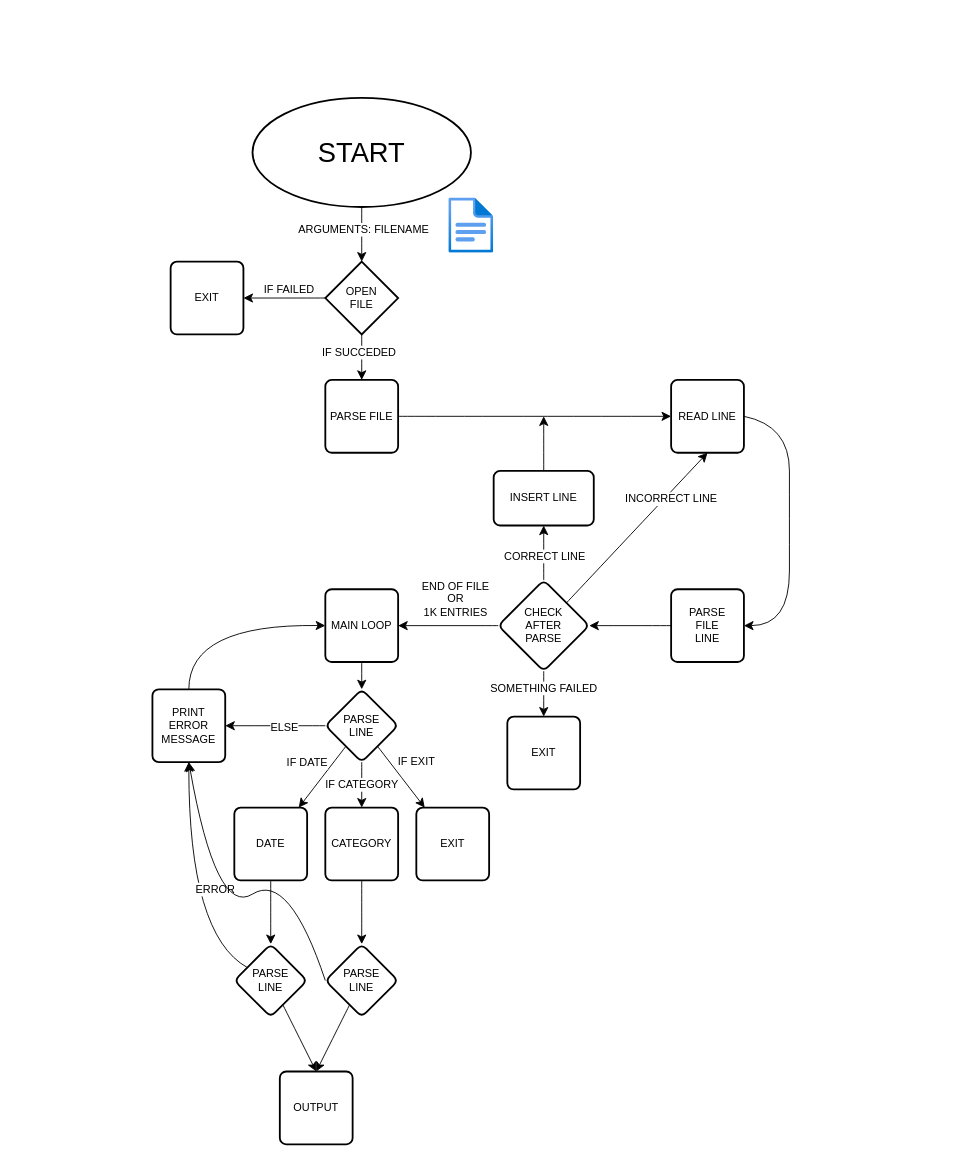
X2Borgo/42xunifi-structured-development-2025-alborghi keeps this draw.io diagram as sd04/ex02/sd04ex02.drawio. Above is the earlier version. Source tidied: cells renumbered, new cells numbered last; positions are measured from the earlier drawing's top-left corner, leaving out a move shared by most shapes. Both pictures are drawn from the tidied source at 91%, with x=0, y=0 at pixel (152, 97).
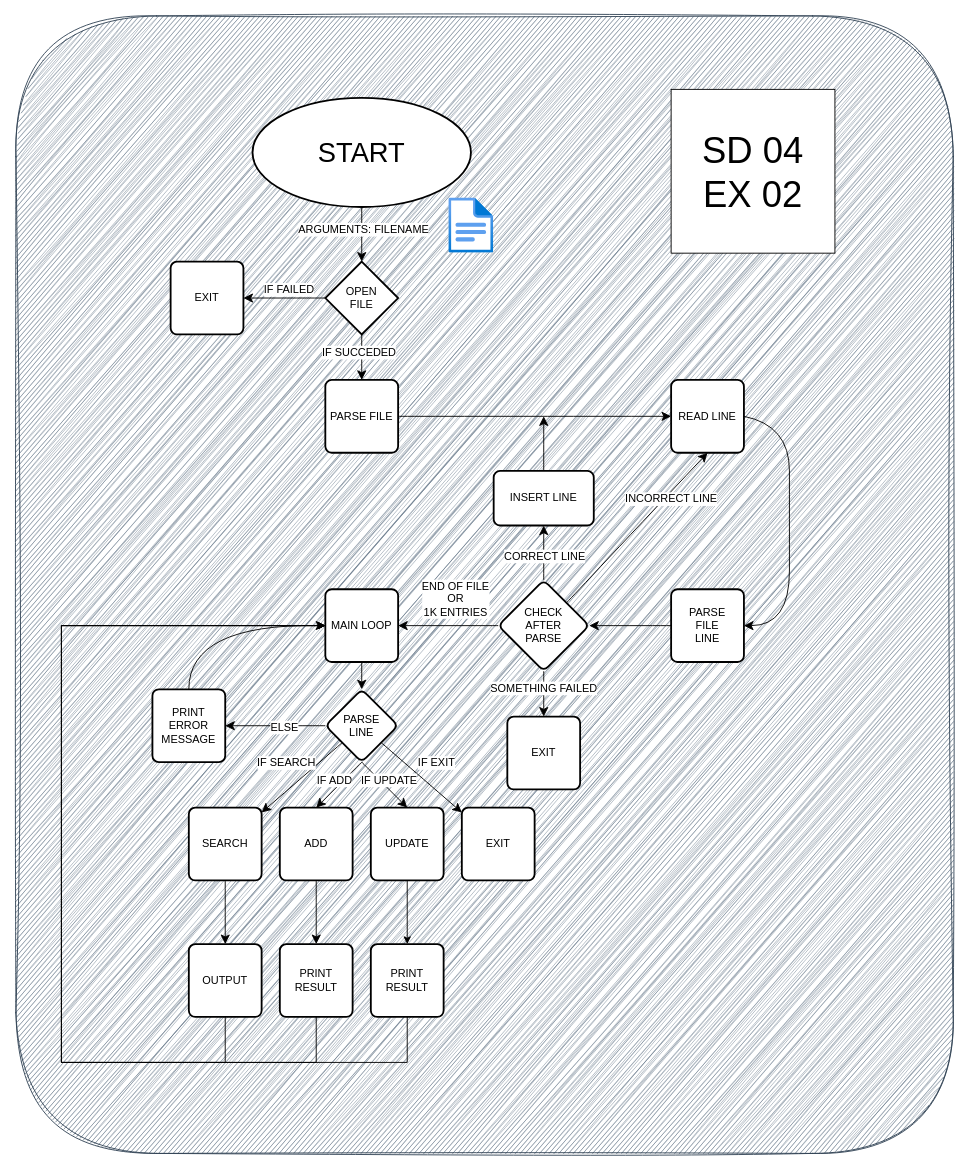
After the change.

The change refers to these unchanged cells:
```xml
<mxCell id="25" value="MAIN LOOP" style="rounded=1;whiteSpace=wrap;html=1;absoluteArcSize=1;arcSize=14;strokeWidth=2;" parent="1" vertex="1">
  <mxGeometry x="190" y="540" width="80" height="80" as="geometry" />
</mxCell>
<mxCell id="26" style="edgeStyle=none;curved=1;rounded=0;jettySize=auto;html=1;fontSize=12;startSize=8;endSize=8;" parent="1" edge="1" source="33" target="35">
  <mxGeometry relative="1" as="geometry" />
</mxCell>
<mxCell id="33" value="PARSE&lt;div&gt;LINE&lt;/div&gt;" style="rhombus;whiteSpace=wrap;html=1;rounded=1;absoluteArcSize=1;arcSize=14;strokeWidth=2;" parent="1" vertex="1">
  <mxGeometry x="190" y="650" width="80" height="80" as="geometry" />
</mxCell>
<mxCell id="42" value="PRINT&lt;div&gt;ERROR&lt;/div&gt;&lt;div&gt;MESSAGE&lt;/div&gt;" style="whiteSpace=wrap;html=1;rounded=1;absoluteArcSize=1;arcSize=14;strokeWidth=2;" parent="1" vertex="1">
  <mxGeometry y="650" width="80" height="80" as="geometry" />
</mxCell>
```

Diff of the diagram source:
```diff
@@
+    <mxCell id="55" style="rounded=1;whiteSpace=wrap;html=1;strokeWidth=1;perimeterSpacing=2;sketch=1;curveFitting=1;jiggle=2;fillColor=#647687;fontColor=#ffffff;strokeColor=#314354;glass=0;" parent="1" vertex="1">
+      <mxGeometry x="-150" y="-90" width="1030" height="1250" as="geometry" />
+    </mxCell>
@@
-    <mxCell id="27" value="IF DATE" style="edgeLabel;html=1;align=center;verticalAlign=middle;fontSize=12;" parent="26" vertex="1">
+    <mxCell id="27" value="IF SEARCH" style="edgeLabel;html=1;align=center;verticalAlign=middle;fontSize=12;" parent="26" vertex="1">
       <mxGeometry x="0.06" y="-2" relative="1" as="geometry">
         <mxPoint x="-14" y="-17" as="offset" />
       </mxGeometry>
     </mxCell>
@@
-    <mxCell id="32" value="IF CATEGORY" style="edgeStyle=none;curved=1;rounded=0;jettySize=auto;html=1;exitX=0.5;exitY=1;exitDx=0;exitDy=0;entryX=0.5;entryY=0;entryDx=0;entryDy=0;fontSize=12;startSize=8;endSize=8;" parent="1" edge="1" source="33" target="50">
-      <mxGeometry relative="1" as="geometry" />
+    <mxCell id="32" value="IF ADD" style="edgeStyle=none;curved=1;rounded=0;jettySize=auto;html=1;exitX=0.5;exitY=1;exitDx=0;exitDy=0;entryX=0.5;entryY=0;entryDx=0;entryDy=0;fontSize=12;startSize=8;endSize=8;" parent="1" edge="1" source="33" target="50">
+      <mxGeometry y="-7" relative="1" as="geometry" />
     </mxCell>
@@
-    <mxCell id="34" style="edgeStyle=none;curved=1;rounded=0;jettySize=auto;html=1;fontSize=12;startSize=8;endSize=8;" parent="1" edge="1" source="35" target="40">
+    <mxCell id="34" style="edgeStyle=none;curved=1;rounded=0;jettySize=auto;html=1;fontSize=12;startSize=8;endSize=8;entryX=0.5;entryY=0;entryDx=0;entryDy=0;" parent="1" edge="1" source="35" target="54">
       <mxGeometry relative="1" as="geometry" />
     </mxCell>
-    <mxCell id="35" value="DATE" style="whiteSpace=wrap;html=1;rounded=1;absoluteArcSize=1;arcSize=14;strokeWidth=2;" parent="1" vertex="1">
-      <mxGeometry x="90" y="780" width="80" height="80" as="geometry" />
+    <mxCell id="35" value="SEARCH" style="whiteSpace=wrap;html=1;rounded=1;absoluteArcSize=1;arcSize=14;strokeWidth=2;" parent="1" vertex="1">
+      <mxGeometry x="40" y="780" width="80" height="80" as="geometry" />
     </mxCell>
     <mxCell id="36" value="EXIT" style="whiteSpace=wrap;html=1;rounded=1;absoluteArcSize=1;arcSize=14;strokeWidth=2;" parent="1" vertex="1">
-      <mxGeometry x="290" y="780" width="80" height="80" as="geometry" />
+      <mxGeometry x="340" y="780" width="80" height="80" as="geometry" />
     </mxCell>
-    <mxCell id="37" style="edgeStyle=none;curved=1;rounded=0;jettySize=auto;html=1;entryX=0.5;entryY=1;entryDx=0;entryDy=0;fontSize=12;startSize=8;endSize=8;" parent="1" edge="1" source="40" target="42">
-      <mxGeometry relative="1" as="geometry">
-        <Array as="points">
-          <mxPoint x="40" y="920" />
-        </Array>
-      </mxGeometry>
-    </mxCell>
-    <mxCell id="38" value="ERROR" style="edgeLabel;html=1;align=center;verticalAlign=middle;fontSize=12;" parent="37" vertex="1">
-      <mxGeometry x="-0.68" y="-21" relative="1" as="geometry">
-        <mxPoint x="-9" y="-47" as="offset" />
-      </mxGeometry>
-    </mxCell>
-    <mxCell id="39" style="edgeStyle=none;curved=1;rounded=0;jettySize=auto;html=1;entryX=0.5;entryY=0;entryDx=0;entryDy=0;fontSize=12;startSize=8;endSize=8;" parent="1" edge="1" source="40" target="54">
-      <mxGeometry relative="1" as="geometry" />
-    </mxCell>
-    <mxCell id="40" value="PARSE&lt;div&gt;LINE&lt;/div&gt;" style="rhombus;whiteSpace=wrap;html=1;rounded=1;absoluteArcSize=1;arcSize=14;strokeWidth=2;" parent="1" vertex="1">
-      <mxGeometry x="90" y="930" width="80" height="80" as="geometry" />
-    </mxCell>
@@
-    <mxCell id="49" style="edgeStyle=none;curved=1;rounded=0;jettySize=auto;html=1;exitX=0.5;exitY=1;exitDx=0;exitDy=0;entryX=0.5;entryY=0;entryDx=0;entryDy=0;fontSize=12;startSize=8;endSize=8;" parent="1" edge="1" source="50" target="53">
+    <mxCell id="49" style="edgeStyle=none;curved=1;rounded=0;jettySize=auto;html=1;exitX=0.5;exitY=1;exitDx=0;exitDy=0;fontSize=12;startSize=8;endSize=8;entryX=0.5;entryY=0;entryDx=0;entryDy=0;" parent="1" edge="1" source="50" target="61">
       <mxGeometry relative="1" as="geometry" />
     </mxCell>
-    <mxCell id="50" value="CATEGORY" style="whiteSpace=wrap;html=1;rounded=1;absoluteArcSize=1;arcSize=14;strokeWidth=2;" parent="1" vertex="1">
-      <mxGeometry x="190" y="780" width="80" height="80" as="geometry" />
+    <mxCell id="50" value="ADD" style="whiteSpace=wrap;html=1;rounded=1;absoluteArcSize=1;arcSize=14;strokeWidth=2;" parent="1" vertex="1">
+      <mxGeometry x="140" y="780" width="80" height="80" as="geometry" />
     </mxCell>
-    <mxCell id="51" style="edgeStyle=none;curved=1;rounded=0;jettySize=auto;html=1;exitX=0;exitY=0.5;exitDx=0;exitDy=0;entryX=0.5;entryY=1;entryDx=0;entryDy=0;fontSize=12;startSize=8;endSize=8;" parent="1" edge="1" source="53" target="42">
-      <mxGeometry relative="1" as="geometry">
-        <Array as="points">
-          <mxPoint x="150" y="850" />
-          <mxPoint x="70" y="900" />
-        </Array>
-      </mxGeometry>
-    </mxCell>
-    <mxCell id="52" style="edgeStyle=none;curved=1;rounded=0;jettySize=auto;html=1;fontSize=12;startSize=8;endSize=8;entryX=0.5;entryY=0;entryDx=0;entryDy=0;" parent="1" edge="1" source="53" target="54">
-      <mxGeometry relative="1" as="geometry" />
-    </mxCell>
-    <mxCell id="53" value="PARSE&lt;div&gt;LINE&lt;/div&gt;" style="rhombus;whiteSpace=wrap;html=1;rounded=1;absoluteArcSize=1;arcSize=14;strokeWidth=2;" parent="1" vertex="1">
-      <mxGeometry x="190" y="930" width="80" height="80" as="geometry" />
-    </mxCell>
+    <mxCell id="56" style="edgeStyle=orthogonalEdgeStyle;rounded=0;jettySize=auto;html=1;entryX=0.5;entryY=0;entryDx=0;entryDy=0;" parent="1" edge="1" source="57" target="63">
+      <mxGeometry relative="1" as="geometry" />
+    </mxCell>
+    <mxCell id="57" value="UPDATE" style="whiteSpace=wrap;html=1;rounded=1;absoluteArcSize=1;arcSize=14;strokeWidth=2;" parent="1" vertex="1">
+      <mxGeometry x="240" y="780" width="80" height="80" as="geometry" />
+    </mxCell>
+    <mxCell id="58" value="IF UPDATE" style="edgeStyle=none;curved=1;rounded=0;jettySize=auto;html=1;exitX=0.5;exitY=1;exitDx=0;exitDy=0;entryX=0.5;entryY=0;entryDx=0;entryDy=0;fontSize=12;startSize=8;endSize=8;" parent="1" edge="1" source="33" target="57">
+      <mxGeometry y="7" relative="1" as="geometry" />
+    </mxCell>
+    <mxCell id="59" style="edgeStyle=none;rounded=0;jettySize=auto;html=1;" parent="1" edge="1" source="54">
+      <mxGeometry relative="1" as="geometry">
+        <mxPoint x="190" y="580" as="targetPoint" />
+        <Array as="points">
+          <mxPoint x="80" y="1060" />
+          <mxPoint x="-100" y="1060" />
+          <mxPoint x="-100" y="580" />
+        </Array>
+      </mxGeometry>
+    </mxCell>
     <mxCell id="54" value="OUTPUT" style="whiteSpace=wrap;html=1;rounded=1;absoluteArcSize=1;arcSize=14;strokeWidth=2;" parent="1" vertex="1">
-      <mxGeometry x="140" y="1070" width="80" height="80" as="geometry" />
+      <mxGeometry x="40" y="930" width="80" height="80" as="geometry" />
     </mxCell>
+    <mxCell id="60" style="edgeStyle=none;rounded=0;jettySize=auto;html=1;" parent="1" edge="1" source="61">
+      <mxGeometry relative="1" as="geometry">
+        <mxPoint x="190" y="580" as="targetPoint" />
+        <Array as="points">
+          <mxPoint x="180" y="1060" />
+          <mxPoint x="-100" y="1060" />
+          <mxPoint x="-100" y="580" />
+        </Array>
+      </mxGeometry>
+    </mxCell>
+    <mxCell id="61" value="PRINT RESULT" style="whiteSpace=wrap;html=1;rounded=1;absoluteArcSize=1;arcSize=14;strokeWidth=2;" parent="1" vertex="1">
+      <mxGeometry x="140" y="930" width="80" height="80" as="geometry" />
+    </mxCell>
+    <mxCell id="62" style="edgeStyle=none;rounded=0;jettySize=auto;html=1;entryX=0;entryY=0.5;entryDx=0;entryDy=0;" parent="1" edge="1" source="63" target="25">
+      <mxGeometry relative="1" as="geometry">
+        <Array as="points">
+          <mxPoint x="280" y="1060" />
+          <mxPoint x="-100" y="1060" />
+          <mxPoint x="-100" y="580" />
+        </Array>
+      </mxGeometry>
+    </mxCell>
+    <mxCell id="63" value="PRINT RESULT" style="whiteSpace=wrap;html=1;rounded=1;absoluteArcSize=1;arcSize=14;strokeWidth=2;" parent="1" vertex="1">
+      <mxGeometry x="240" y="930" width="80" height="80" as="geometry" />
+    </mxCell>
+    <mxCell id="64" value="&lt;font style=&quot;font-size: 40px;&quot;&gt;SD 04&lt;/font&gt;&lt;div&gt;&lt;font style=&quot;font-size: 40px;&quot;&gt;EX 02&lt;/font&gt;&lt;/div&gt;" style="rounded=0;whiteSpace=wrap;html=1;" parent="1" vertex="1">
+      <mxGeometry x="570" y="-9.3" width="180" height="180" as="geometry" />
+    </mxCell>
```
